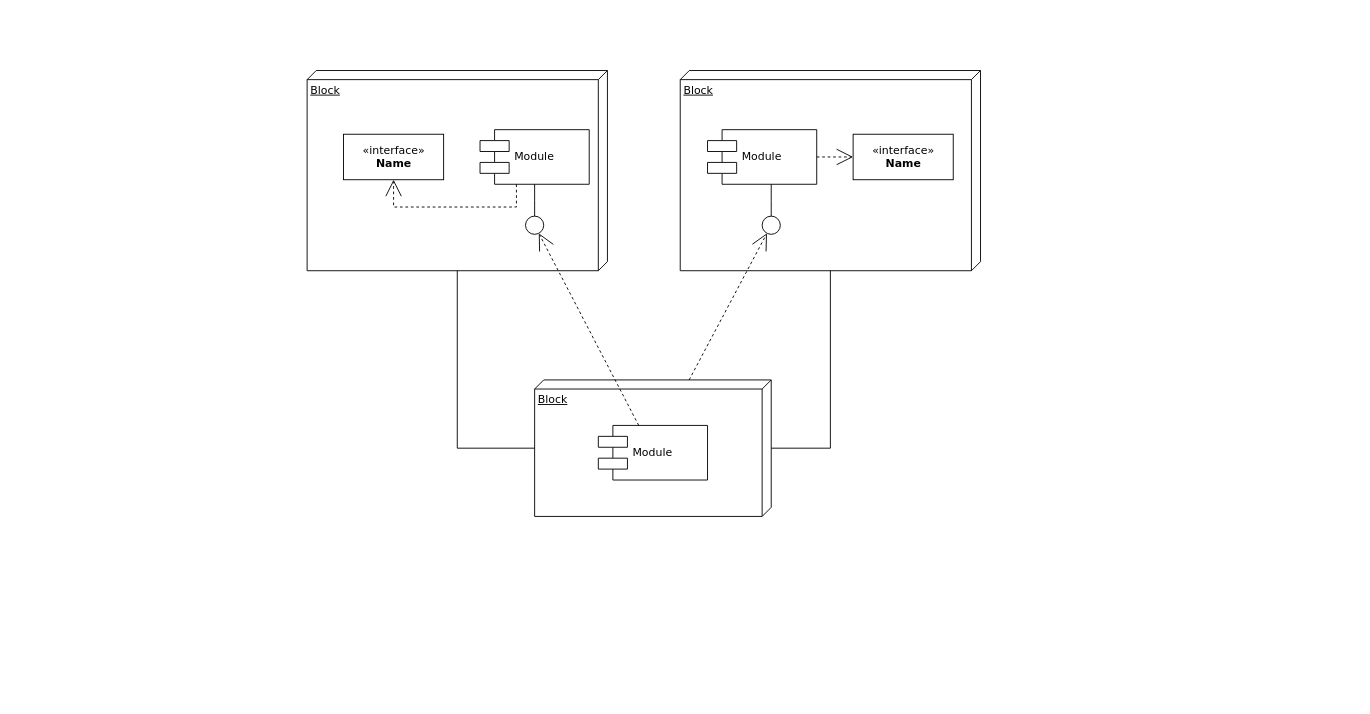
This is Architecture Documents/Untitled Diagram.drawio from baratamramprasad/ramprasad, a draw.io file, before an edit. Source tidied: cells renumbered, new cells numbered last; positions are measured from the earlier drawing's top-left corner, leaving out a move shared by most shapes. Both pictures are drawn from the tidied source at 91%, with x=0, y=0 at pixel (307, 70).
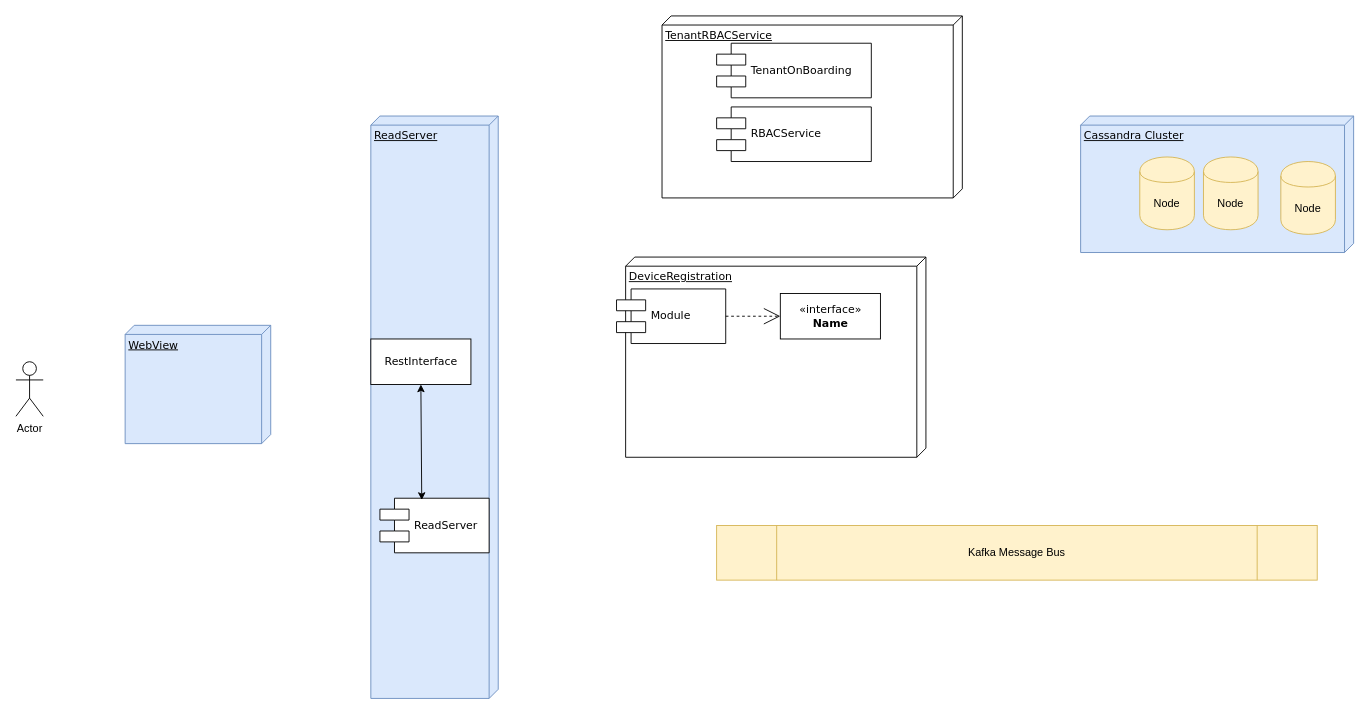
Above is the later version.

Commit message:
HLD_Diagram

What changed in the source:
```diff
@@
-    <mxCell id="2" value="Block" style="verticalAlign=top;align=left;spacingTop=8;spacingLeft=2;spacingRight=12;shape=cube;size=10;direction=south;fontStyle=4;html=1;rounded=0;shadow=0;comic=0;labelBackgroundColor=none;strokeWidth=1;fontFamily=Verdana;fontSize=12;" parent="1" vertex="1">
-      <mxGeometry width="330" height="220" as="geometry" />
+    <mxCell id="2" value="ReadServer" style="verticalAlign=top;align=left;spacingTop=8;spacingLeft=2;spacingRight=12;shape=cube;size=10;direction=south;fontStyle=4;html=1;rounded=0;shadow=0;comic=0;labelBackgroundColor=none;strokeWidth=1;fontFamily=Verdana;fontSize=12;fillColor=#dae8fc;strokeColor=#6c8ebf;" parent="1" vertex="1">
+      <mxGeometry x="70" y="50" width="140" height="640" as="geometry" />
     </mxCell>
-    <mxCell id="3" value="Block" style="verticalAlign=top;align=left;spacingTop=8;spacingLeft=2;spacingRight=12;shape=cube;size=10;direction=south;fontStyle=4;html=1;rounded=0;shadow=0;comic=0;labelBackgroundColor=none;strokeWidth=1;fontFamily=Verdana;fontSize=12;" parent="1" vertex="1">
-      <mxGeometry x="410" width="330" height="220" as="geometry" />
+    <mxCell id="3" value="DeviceRegistration" style="verticalAlign=top;align=left;spacingTop=8;spacingLeft=2;spacingRight=12;shape=cube;size=10;direction=south;fontStyle=4;html=1;rounded=0;shadow=0;comic=0;labelBackgroundColor=none;strokeWidth=1;fontFamily=Verdana;fontSize=12;" parent="1" vertex="1">
+      <mxGeometry x="350" y="205" width="330" height="220" as="geometry" />
     </mxCell>
-    <mxCell id="4" value="Block" style="verticalAlign=top;align=left;spacingTop=8;spacingLeft=2;spacingRight=12;shape=cube;size=10;direction=south;fontStyle=4;html=1;rounded=0;shadow=0;comic=0;labelBackgroundColor=none;strokeWidth=1;fontFamily=Verdana;fontSize=12;" parent="1" vertex="1">
-      <mxGeometry x="250" y="340" width="260" height="150" as="geometry" />
+    <mxCell id="4" value="TenantRBACService" style="verticalAlign=top;align=left;spacingTop=8;spacingLeft=2;spacingRight=12;shape=cube;size=10;direction=south;fontStyle=4;html=1;rounded=0;shadow=0;comic=0;labelBackgroundColor=none;strokeWidth=1;fontFamily=Verdana;fontSize=12;" parent="1" vertex="1">
+      <mxGeometry x="390" y="-60" width="330" height="200" as="geometry" />
     </mxCell>
-    <mxCell id="5" value="&amp;laquo;interface&amp;raquo;&lt;br&gt;&lt;b&gt;Name&lt;/b&gt;" style="html=1;rounded=0;shadow=0;comic=0;labelBackgroundColor=none;strokeWidth=1;fontFamily=Verdana;fontSize=12;align=center;" parent="1" vertex="1">
-      <mxGeometry x="40" y="70" width="110" height="50" as="geometry" />
+    <mxCell id="5" value="RestInterface" style="html=1;rounded=0;shadow=0;comic=0;labelBackgroundColor=none;strokeWidth=1;fontFamily=Verdana;fontSize=12;align=center;" parent="1" vertex="1">
+      <mxGeometry x="70" y="295" width="110" height="50" as="geometry" />
     </mxCell>
-    <mxCell id="6" value="Module" style="shape=component;align=left;spacingLeft=36;rounded=0;shadow=0;comic=0;labelBackgroundColor=none;strokeWidth=1;fontFamily=Verdana;fontSize=12;html=1;" parent="1" vertex="1">
-      <mxGeometry x="190" y="65" width="120" height="60" as="geometry" />
+    <mxCell id="6" value="ReadServer" style="shape=component;align=left;spacingLeft=36;rounded=0;shadow=0;comic=0;labelBackgroundColor=none;strokeWidth=1;fontFamily=Verdana;fontSize=12;html=1;" parent="1" vertex="1">
+      <mxGeometry x="80" y="470" width="120" height="60" as="geometry" />
     </mxCell>
-    <mxCell id="7" style="ellipse;whiteSpace=wrap;html=1;rounded=0;shadow=0;comic=0;labelBackgroundColor=none;strokeWidth=1;fontFamily=Verdana;fontSize=12;align=center;" parent="1" vertex="1">
-      <mxGeometry x="240" y="160" width="20" height="20" as="geometry" />
-    </mxCell>
     <mxCell id="8" value="Module" style="shape=component;align=left;spacingLeft=36;rounded=0;shadow=0;comic=0;labelBackgroundColor=none;strokeWidth=1;fontFamily=Verdana;fontSize=12;html=1;" parent="1" vertex="1">
-      <mxGeometry x="440" y="65" width="120" height="60" as="geometry" />
+      <mxGeometry x="340" y="240" width="120" height="60" as="geometry" />
     </mxCell>
     <mxCell id="9" value="&amp;laquo;interface&amp;raquo;&lt;br&gt;&lt;b&gt;Name&lt;/b&gt;" style="html=1;rounded=0;shadow=0;comic=0;labelBackgroundColor=none;strokeWidth=1;fontFamily=Verdana;fontSize=12;align=center;" parent="1" vertex="1">
-      <mxGeometry x="600" y="70" width="110" height="50" as="geometry" />
+      <mxGeometry x="520" y="245" width="110" height="50" as="geometry" />
     </mxCell>
-    <mxCell id="10" style="ellipse;whiteSpace=wrap;html=1;rounded=0;shadow=0;comic=0;labelBackgroundColor=none;strokeWidth=1;fontFamily=Verdana;fontSize=12;align=center;" parent="1" vertex="1">
-      <mxGeometry x="500" y="160" width="20" height="20" as="geometry" />
-    </mxCell>
-    <mxCell id="11" value="Module" style="shape=component;align=left;spacingLeft=36;rounded=0;shadow=0;comic=0;labelBackgroundColor=none;strokeWidth=1;fontFamily=Verdana;fontSize=12;html=1;" parent="1" vertex="1">
-      <mxGeometry x="320" y="390" width="120" height="60" as="geometry" />
+    <mxCell id="11" value="TenantOnBoarding" style="shape=component;align=left;spacingLeft=36;rounded=0;shadow=0;comic=0;labelBackgroundColor=none;strokeWidth=1;fontFamily=Verdana;fontSize=12;html=1;" parent="1" vertex="1">
+      <mxGeometry x="450" y="-30" width="170" height="60" as="geometry" />
     </mxCell>
-    <mxCell id="12" style="edgeStyle=none;rounded=0;html=1;dashed=1;labelBackgroundColor=none;startArrow=none;startFill=0;startSize=8;endArrow=open;endFill=0;endSize=16;fontFamily=Verdana;fontSize=12;" parent="1" edge="1" source="11" target="7">
-      <mxGeometry relative="1" as="geometry" />
-    </mxCell>
-    <mxCell id="13" style="edgeStyle=none;rounded=0;html=1;dashed=1;labelBackgroundColor=none;startArrow=none;startFill=0;startSize=8;endArrow=open;endFill=0;endSize=16;fontFamily=Verdana;fontSize=12;" parent="1" edge="1" source="4" target="10">
-      <mxGeometry relative="1" as="geometry" />
-    </mxCell>
-    <mxCell id="14" style="edgeStyle=elbowEdgeStyle;rounded=0;html=1;labelBackgroundColor=none;startArrow=none;startFill=0;startSize=8;endArrow=none;endFill=0;endSize=16;fontFamily=Verdana;fontSize=12;" parent="1" edge="1" source="10" target="8">
-      <mxGeometry relative="1" as="geometry" />
-    </mxCell>
-    <mxCell id="15" style="edgeStyle=elbowEdgeStyle;rounded=0;html=1;labelBackgroundColor=none;startArrow=none;startFill=0;startSize=8;endArrow=none;endFill=0;endSize=16;fontFamily=Verdana;fontSize=12;" parent="1" edge="1" source="7" target="6">
-      <mxGeometry relative="1" as="geometry" />
-    </mxCell>
+    <mxCell id="17" style="edgeStyle=orthogonalEdgeStyle;rounded=0;html=1;dashed=1;labelBackgroundColor=none;startArrow=none;startFill=0;startSize=8;endArrow=open;endFill=0;endSize=16;fontFamily=Verdana;fontSize=12;" parent="1" edge="1" source="8" target="9">
+      <mxGeometry relative="1" as="geometry" />
+    </mxCell>
+    <mxCell id="20" value="RBACService" style="shape=component;align=left;spacingLeft=36;rounded=0;shadow=0;comic=0;labelBackgroundColor=none;strokeWidth=1;fontFamily=Verdana;fontSize=12;html=1;" parent="1" vertex="1">
+      <mxGeometry x="450" y="40" width="170" height="60" as="geometry" />
+    </mxCell>
+    <mxCell id="21" value="WebView" style="verticalAlign=top;align=left;spacingTop=8;spacingLeft=2;spacingRight=12;shape=cube;size=10;direction=south;fontStyle=4;html=1;rounded=0;shadow=0;comic=0;labelBackgroundColor=none;strokeWidth=1;fontFamily=Verdana;fontSize=12;fillColor=#dae8fc;strokeColor=#6c8ebf;" parent="1" vertex="1">
+      <mxGeometry x="-200" y="280" width="160" height="130" as="geometry" />
+    </mxCell>
+    <mxCell id="22" value="Actor" style="shape=umlActor;verticalLabelPosition=bottom;verticalAlign=top;html=1;" parent="1" vertex="1">
+      <mxGeometry x="-320" y="320" width="30" height="60" as="geometry" />
+    </mxCell>
+    <mxCell id="23" value="Cassandra Cluster" style="verticalAlign=top;align=left;spacingTop=8;spacingLeft=2;spacingRight=12;shape=cube;size=10;direction=south;fontStyle=4;html=1;rounded=0;shadow=0;comic=0;labelBackgroundColor=none;strokeWidth=1;fontFamily=Verdana;fontSize=12;fillColor=#dae8fc;strokeColor=#6c8ebf;" parent="1" vertex="1">
+      <mxGeometry x="850" y="50" width="300" height="150" as="geometry" />
+    </mxCell>
+    <mxCell id="24" value="Node" style="shape=cylinder;whiteSpace=wrap;html=1;boundedLbl=1;backgroundOutline=1;fillColor=#fff2cc;strokeColor=#d6b656;" parent="1" vertex="1">
+      <mxGeometry x="1070" y="100" width="60" height="80" as="geometry" />
+    </mxCell>
+    <mxCell id="25" value="Kafka Message Bus" style="shape=process;whiteSpace=wrap;html=1;backgroundOutline=1;fillColor=#fff2cc;strokeColor=#d6b656;" parent="1" vertex="1">
+      <mxGeometry x="450" y="500" width="660" height="60" as="geometry" />
+    </mxCell>
-    <mxCell id="16" style="edgeStyle=orthogonalEdgeStyle;rounded=0;html=1;labelBackgroundColor=none;startArrow=none;startFill=0;startSize=8;endArrow=open;endFill=0;endSize=16;fontFamily=Verdana;fontSize=12;dashed=1;" parent="1" edge="1" source="6" target="5">
-      <mxGeometry relative="1" as="geometry">
-        <Array as="points">
-          <mxPoint x="230" y="150" />
-          <mxPoint x="95" y="150" />
-        </Array>
-      </mxGeometry>
+    <mxCell id="16" style="endArrow=classic;startArrow=classic;html=1;entryX=0.5;entryY=1;entryDx=0;entryDy=0;exitX=0.383;exitY=0.033;exitDx=0;exitDy=0;exitPerimeter=0;" parent="1" edge="1" source="6" target="5">
+      <mxGeometry relative="1" as="geometry" />
     </mxCell>
-    <mxCell id="17" style="edgeStyle=orthogonalEdgeStyle;rounded=0;html=1;dashed=1;labelBackgroundColor=none;startArrow=none;startFill=0;startSize=8;endArrow=open;endFill=0;endSize=16;fontFamily=Verdana;fontSize=12;" parent="1" edge="1" source="8" target="9">
-      <mxGeometry relative="1" as="geometry" />
-    </mxCell>
-    <mxCell id="18" style="edgeStyle=orthogonalEdgeStyle;rounded=0;html=1;labelBackgroundColor=none;startArrow=none;startFill=0;startSize=8;endArrow=none;endFill=0;endSize=16;fontFamily=Verdana;fontSize=12;" parent="1" edge="1" source="4" target="3">
-      <mxGeometry relative="1" as="geometry">
-        <Array as="points">
-          <mxPoint x="575" y="415" />
-        </Array>
-      </mxGeometry>
-    </mxCell>
-    <mxCell id="19" style="edgeStyle=orthogonalEdgeStyle;rounded=0;html=1;labelBackgroundColor=none;startArrow=none;startFill=0;startSize=8;endArrow=none;endFill=0;endSize=16;fontFamily=Verdana;fontSize=12;" parent="1" edge="1" source="4" target="2">
-      <mxGeometry relative="1" as="geometry">
-        <Array as="points">
-          <mxPoint x="165" y="415" />
-        </Array>
-      </mxGeometry>
-    </mxCell>
+    <mxCell id="26" value="Node" style="shape=cylinder;whiteSpace=wrap;html=1;boundedLbl=1;backgroundOutline=1;fillColor=#fff2cc;strokeColor=#d6b656;" parent="1" vertex="1">
+      <mxGeometry x="985" y="95" width="60" height="80" as="geometry" />
+    </mxCell>
+    <mxCell id="27" value="Node" style="shape=cylinder;whiteSpace=wrap;html=1;boundedLbl=1;backgroundOutline=1;fillColor=#fff2cc;strokeColor=#d6b656;" parent="1" vertex="1">
+      <mxGeometry x="915" y="95" width="60" height="80" as="geometry" />
+    </mxCell>
```
